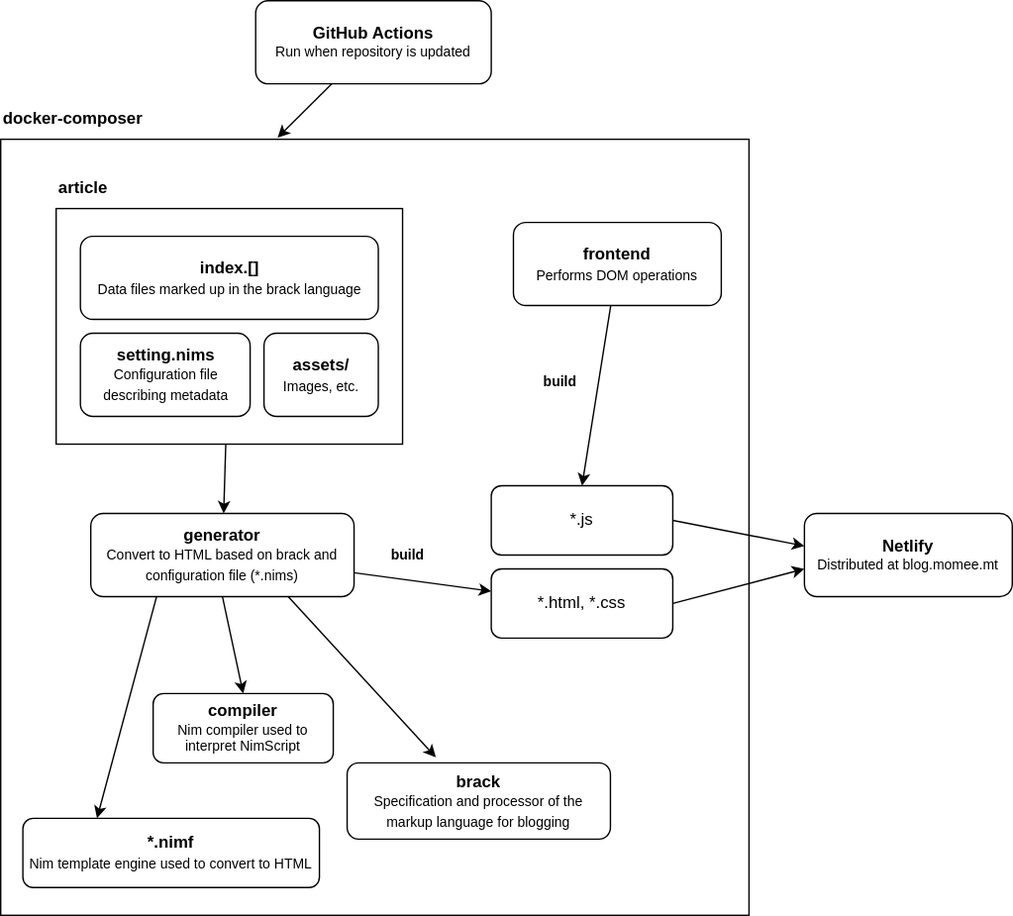
Before: drawio/blog.drawio.svg, a diagram exported from draw.io (momeemt/blog.momee.mt). Source tidied: cells renumbered, new cells last; positions are measured from the earlier drawing's top-left corner, leaving out a move shared by most shapes. Its diagram source:
```xml
<mxGraphModel>
  <root>
    <mxCell id="0" />
    <mxCell id="1" parent="0" />
    <mxCell id="2" style="rounded=0;whiteSpace=wrap;html=1;fontSize=10;" parent="1" vertex="1">
      <mxGeometry y="100" width="540" height="560" as="geometry" />
    </mxCell>
    <mxCell id="3" style="edgeStyle=none;html=1;exitX=0.75;exitY=1;exitDx=0;exitDy=0;entryX=0.337;entryY=-0.073;entryDx=0;entryDy=0;entryPerimeter=0;" parent="1" edge="1" source="7" target="8">
      <mxGeometry relative="1" as="geometry" />
    </mxCell>
    <mxCell id="4" style="edgeStyle=none;html=1;fontSize=10;entryX=0.5;entryY=0;entryDx=0;entryDy=0;exitX=0.5;exitY=1;exitDx=0;exitDy=0;" parent="1" edge="1" source="7" target="9">
      <mxGeometry relative="1" as="geometry" />
    </mxCell>
    <mxCell id="5" style="edgeStyle=none;html=1;fontSize=12;exitX=0.25;exitY=1;exitDx=0;exitDy=0;entryX=0.25;entryY=0;entryDx=0;entryDy=0;" parent="1" edge="1" source="7" target="12">
      <mxGeometry relative="1" as="geometry" />
    </mxCell>
    <mxCell id="6" style="edgeStyle=none;html=1;fontSize=10;endArrow=classic;endFill=1;" parent="1" edge="1" source="7" target="23">
      <mxGeometry relative="1" as="geometry" />
    </mxCell>
    <mxCell id="7" value="&lt;b&gt;generator&lt;/b&gt;&lt;br&gt;&lt;font style=&quot;font-size: 10px&quot;&gt;Convert to HTML based on brack and configuration file (*.nims)&lt;/font&gt;" style="rounded=1;whiteSpace=wrap;html=1;" parent="1" vertex="1">
      <mxGeometry x="65" y="370" width="190" height="60" as="geometry" />
    </mxCell>
    <mxCell id="8" value="&lt;b&gt;brack&lt;/b&gt;&lt;br&gt;&lt;font style=&quot;font-size: 10px&quot;&gt;Specification and processor of the&lt;br&gt;markup language for blogging&lt;/font&gt;" style="rounded=1;whiteSpace=wrap;html=1;" parent="1" vertex="1">
      <mxGeometry x="250" y="550" width="190" height="55" as="geometry" />
    </mxCell>
    <mxCell id="9" value="&lt;font style=&quot;font-size: 12px&quot;&gt;&lt;b&gt;compiler&lt;/b&gt;&lt;/font&gt;&lt;br&gt;Nim compiler used to interpret NimScript" style="rounded=1;whiteSpace=wrap;html=1;fontSize=10;" parent="1" vertex="1">
      <mxGeometry x="110" y="500" width="130" height="50" as="geometry" />
    </mxCell>
    <mxCell id="10" style="edgeStyle=none;html=1;fontSize=10;endArrow=classic;endFill=1;entryX=0.5;entryY=0;entryDx=0;entryDy=0;" parent="1" edge="1" source="11" target="26">
      <mxGeometry relative="1" as="geometry" />
    </mxCell>
    <mxCell id="11" value="&lt;b&gt;frontend&lt;/b&gt;&lt;br&gt;&lt;font style=&quot;font-size: 10px&quot;&gt;Performs DOM operations&lt;/font&gt;" style="rounded=1;whiteSpace=wrap;html=1;fontSize=12;" parent="1" vertex="1">
      <mxGeometry x="370" y="160" width="150" height="60" as="geometry" />
    </mxCell>
    <mxCell id="12" value="&lt;b&gt;*.nimf&lt;/b&gt;&lt;br&gt;&lt;font style=&quot;font-size: 10px&quot;&gt;Nim template engine used to convert to HTML&lt;/font&gt;" style="rounded=1;whiteSpace=wrap;html=1;fontSize=12;" parent="1" vertex="1">
      <mxGeometry x="16" y="590" width="214" height="50" as="geometry" />
    </mxCell>
    <mxCell id="13" value="docker-composer" style="text;html=1;strokeColor=none;fillColor=none;align=left;verticalAlign=middle;whiteSpace=wrap;rounded=0;fontSize=12;fontStyle=1;" parent="1" vertex="1">
      <mxGeometry y="70" width="120" height="30" as="geometry" />
    </mxCell>
    <mxCell id="14" style="group;" parent="1" vertex="1">
      <mxGeometry x="40" y="150" width="250" height="170" as="geometry" />
    </mxCell>
    <mxCell id="15" style="rounded=0;whiteSpace=wrap;html=1;fontSize=10;" parent="14" vertex="1">
      <mxGeometry width="250" height="170" as="geometry" />
    </mxCell>
    <mxCell id="16" value="&lt;b&gt;index.[]&lt;/b&gt;&lt;br&gt;&lt;font style=&quot;font-size: 10px&quot;&gt;Data files marked up in the brack language&lt;/font&gt;" style="rounded=1;whiteSpace=wrap;html=1;fontSize=12;" parent="14" vertex="1">
      <mxGeometry x="17.5" y="20" width="215" height="60" as="geometry" />
    </mxCell>
    <mxCell id="17" value="&lt;b&gt;setting.nims&lt;/b&gt;&lt;br&gt;&lt;span style=&quot;font-size: 10px&quot;&gt;Configuration file describing metadata&lt;/span&gt;" style="rounded=1;whiteSpace=wrap;html=1;fontSize=12;" parent="14" vertex="1">
      <mxGeometry x="17.5" y="90" width="122.5" height="60" as="geometry" />
    </mxCell>
    <mxCell id="18" value="&lt;b&gt;assets/&lt;/b&gt;&lt;br&gt;&lt;span style=&quot;font-size: 10px&quot;&gt;Images, etc.&lt;/span&gt;" style="rounded=1;whiteSpace=wrap;html=1;fontSize=12;" parent="14" vertex="1">
      <mxGeometry x="150" y="90" width="82.5" height="60" as="geometry" />
    </mxCell>
    <mxCell id="19" value="article" style="text;html=1;strokeColor=none;fillColor=none;align=left;verticalAlign=middle;whiteSpace=wrap;rounded=0;fontSize=12;fontStyle=1;" parent="1" vertex="1">
      <mxGeometry x="40" y="120" width="120" height="30" as="geometry" />
    </mxCell>
    <mxCell id="20" style="edgeStyle=none;html=1;fontSize=10;endArrow=classic;endFill=1;" parent="1" edge="1" source="15" target="7">
      <mxGeometry relative="1" as="geometry" />
    </mxCell>
    <mxCell id="21" value="&lt;font style=&quot;font-size: 10px&quot;&gt;build&lt;/font&gt;" style="text;html=1;strokeColor=none;fillColor=none;align=left;verticalAlign=middle;whiteSpace=wrap;rounded=0;fontSize=12;fontStyle=1;" parent="1" vertex="1">
      <mxGeometry x="280" y="385" width="30" height="30" as="geometry" />
    </mxCell>
    <mxCell id="22" style="edgeStyle=none;html=1;exitX=1;exitY=0.5;exitDx=0;exitDy=0;fontSize=12;endArrow=classic;endFill=1;" parent="1" edge="1" source="23">
      <mxGeometry relative="1" as="geometry">
        <mxPoint x="580" y="410" as="targetPoint" />
      </mxGeometry>
    </mxCell>
    <mxCell id="23" value="*.html, *.css" style="whiteSpace=wrap;html=1;rounded=1;" parent="1" vertex="1">
      <mxGeometry x="354" y="410" width="131" height="50" as="geometry" />
    </mxCell>
    <mxCell id="24" value="&lt;font style=&quot;font-size: 10px&quot;&gt;build&lt;/font&gt;" style="text;html=1;strokeColor=none;fillColor=none;align=left;verticalAlign=middle;whiteSpace=wrap;rounded=0;fontSize=12;fontStyle=1;" parent="1" vertex="1">
      <mxGeometry x="390" y="260" width="30" height="30" as="geometry" />
    </mxCell>
    <mxCell id="25" style="edgeStyle=none;html=1;exitX=1;exitY=0.5;exitDx=0;exitDy=0;fontSize=12;endArrow=classic;endFill=1;entryX=0;entryY=0.392;entryDx=0;entryDy=0;entryPerimeter=0;" parent="1" edge="1" source="26" target="27">
      <mxGeometry relative="1" as="geometry" />
    </mxCell>
    <mxCell id="26" value="*.js" style="whiteSpace=wrap;html=1;rounded=1;" parent="1" vertex="1">
      <mxGeometry x="354" y="350" width="131" height="50" as="geometry" />
    </mxCell>
    <mxCell id="27" value="&lt;b&gt;&lt;font style=&quot;font-size: 12px&quot;&gt;Netlify&lt;/font&gt;&lt;/b&gt;&lt;br&gt;Distributed at blog.momee.mt" style="rounded=1;whiteSpace=wrap;html=1;fontSize=10;" parent="1" vertex="1">
      <mxGeometry x="580" y="370" width="150" height="60" as="geometry" />
    </mxCell>
    <mxCell id="28" style="edgeStyle=none;html=1;fontSize=12;endArrow=classic;endFill=1;entryX=0.37;entryY=-0.002;entryDx=0;entryDy=0;entryPerimeter=0;" parent="1" edge="1" source="29" target="2">
      <mxGeometry relative="1" as="geometry" />
    </mxCell>
    <mxCell id="29" value="&lt;b&gt;&lt;font style=&quot;font-size: 12px&quot;&gt;GitHub Actions&lt;/font&gt;&lt;/b&gt;&lt;br&gt;Run when repository is updated" style="rounded=1;whiteSpace=wrap;html=1;fontSize=10;" parent="1" vertex="1">
      <mxGeometry x="184" width="170" height="60" as="geometry" />
    </mxCell>
  </root>
</mxGraphModel>
```
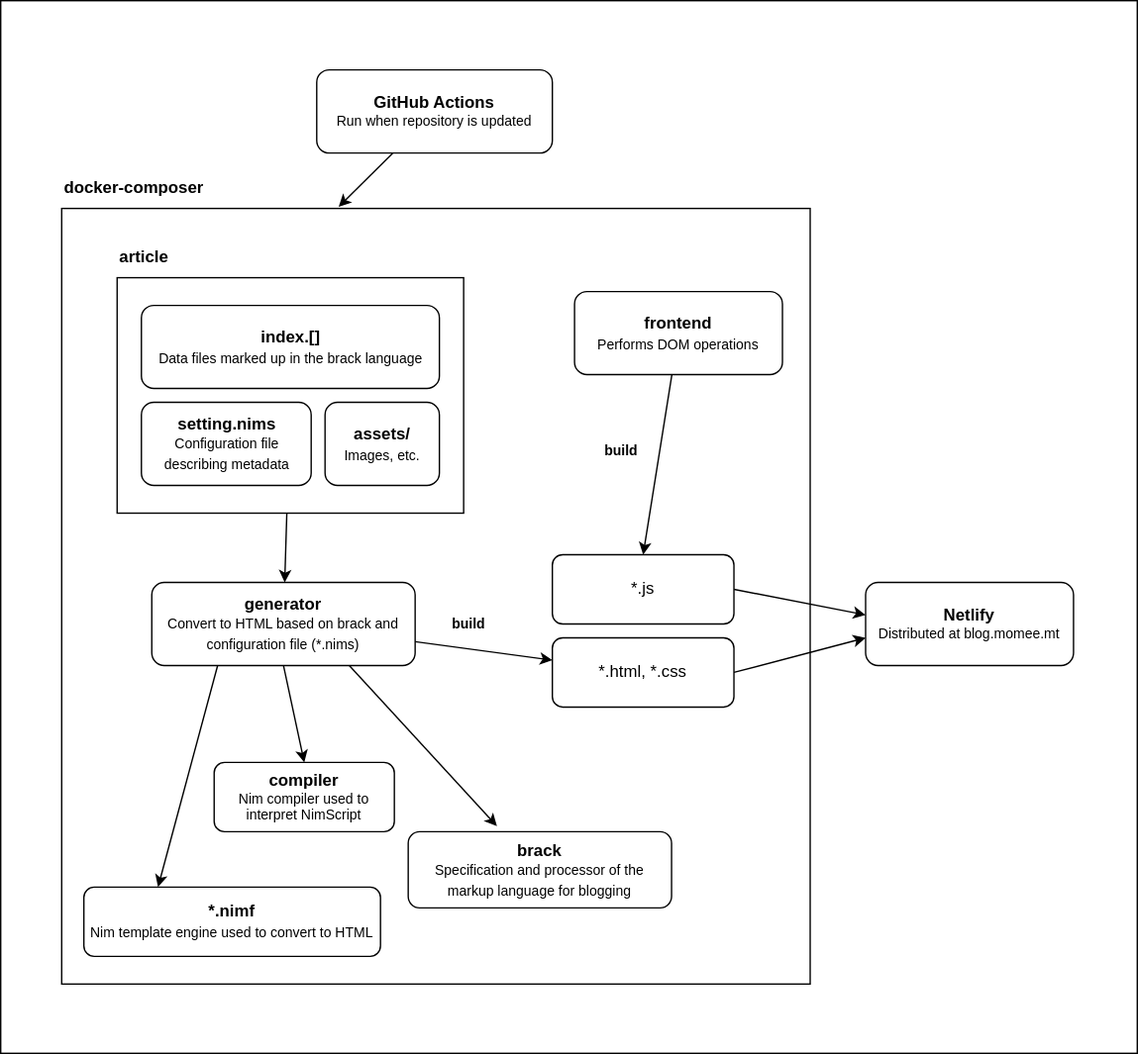
The same file after the commit.

Commit message:
👍 update: system chart

The edit, as a diff of the source:
```diff
@@ -2,6 +2,9 @@
   <root>
     <mxCell id="0" />
     <mxCell id="1" parent="0" />
+    <mxCell id="30" style="rounded=0;whiteSpace=wrap;html=1;fontSize=12;" parent="1" vertex="1">
+      <mxGeometry x="-44" y="-50" width="820" height="760" as="geometry" />
+    </mxCell>
     <mxCell id="2" style="rounded=0;whiteSpace=wrap;html=1;fontSize=10;" parent="1" vertex="1">
       <mxGeometry y="100" width="540" height="560" as="geometry" />
     </mxCell>
```
